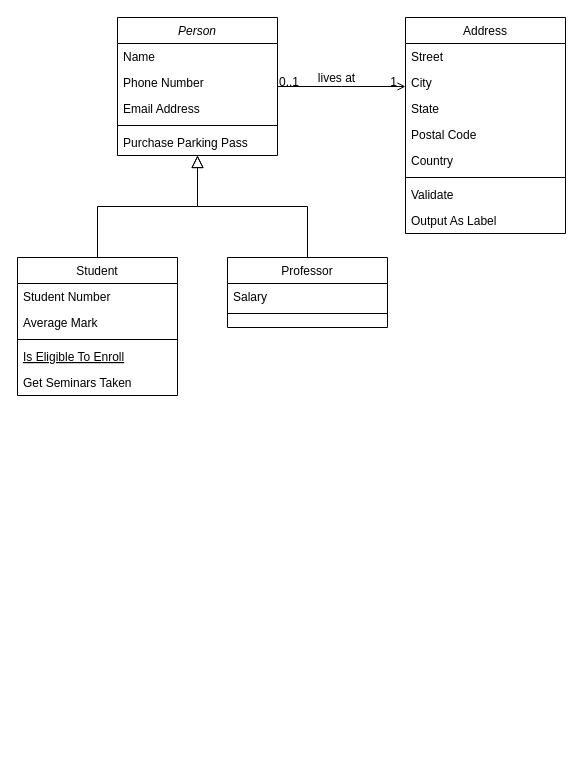
This is 未命名绘图.drawio from lazychao/hello-world, a draw.io file, before an edit. Source tidied: cells renumbered, new cells numbered last; positions are measured from the earlier drawing's top-left corner, leaving out a move shared by most shapes. Both pictures are drawn from the tidied source at 100%, with x=0, y=0 at pixel (17, 17).
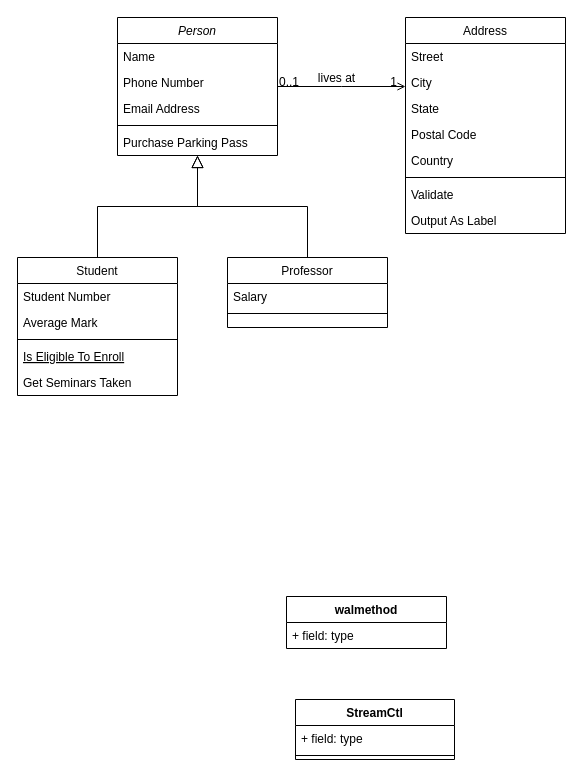
Above is the later version.

Commit message:
更新未命名绘图.drawio

Change to the diagram source:
```diff
@@
+    <mxCell id="32" value="walmethod" style="swimlane;fontStyle=1;align=center;verticalAlign=top;horizontal=1;startSize=26;whiteSpace=wrap;html=1;" parent="1" vertex="1">
+      <mxGeometry x="269" y="579" width="160" height="52" as="geometry" />
+    </mxCell>
+    <mxCell id="33" value="+ field: type" style="text;strokeColor=none;fillColor=none;align=left;verticalAlign=top;spacingLeft=4;spacingRight=4;overflow=hidden;whiteSpace=wrap;html=1;" parent="32" vertex="1">
+      <mxGeometry y="26" width="160" height="26" as="geometry" />
+    </mxCell>
+    <mxCell id="34" value="StreamCtl" style="swimlane;fontStyle=1;align=center;verticalAlign=top;horizontal=1;startSize=26;whiteSpace=wrap;html=1;" parent="1" vertex="1">
+      <mxGeometry x="278" y="682" width="159" height="60" as="geometry" />
+    </mxCell>
+    <mxCell id="35" value="+ field: type" style="text;strokeColor=none;fillColor=none;align=left;verticalAlign=top;spacingLeft=4;spacingRight=4;overflow=hidden;whiteSpace=wrap;html=1;" parent="34" vertex="1">
+      <mxGeometry y="26" width="159" height="26" as="geometry" />
+    </mxCell>
+    <mxCell id="36" style="line;strokeWidth=1;fillColor=none;align=left;verticalAlign=middle;spacingTop=-1;spacingLeft=3;spacingRight=3;labelPosition=right;strokeColor=inherit;" parent="34" vertex="1">
+      <mxGeometry y="52" width="159" height="8" as="geometry" />
+    </mxCell>
```
